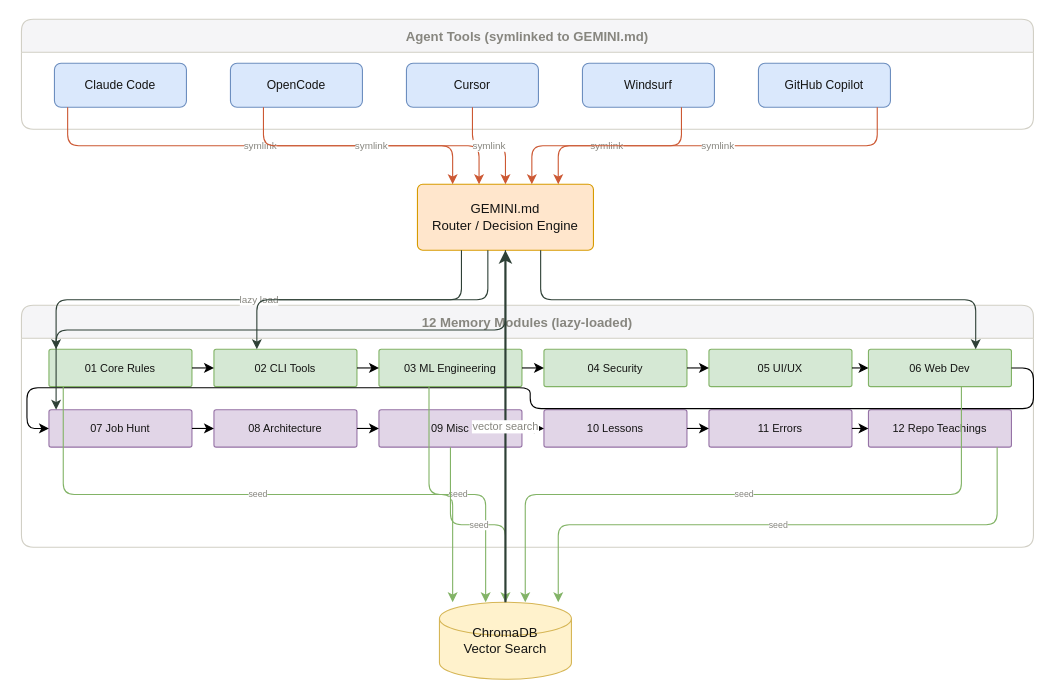
Above: docs/diagrams/architecture.drawio in adityashirsatrao007/MEMORY (draw.io), before the change. Source tidied: cells renumbered, new cells numbered last; positions are measured from the earlier drawing's top-left corner, leaving out a move shared by most shapes. Both pictures are drawn from the tidied source at 110%, with x=0, y=0 at pixel (21, 19).
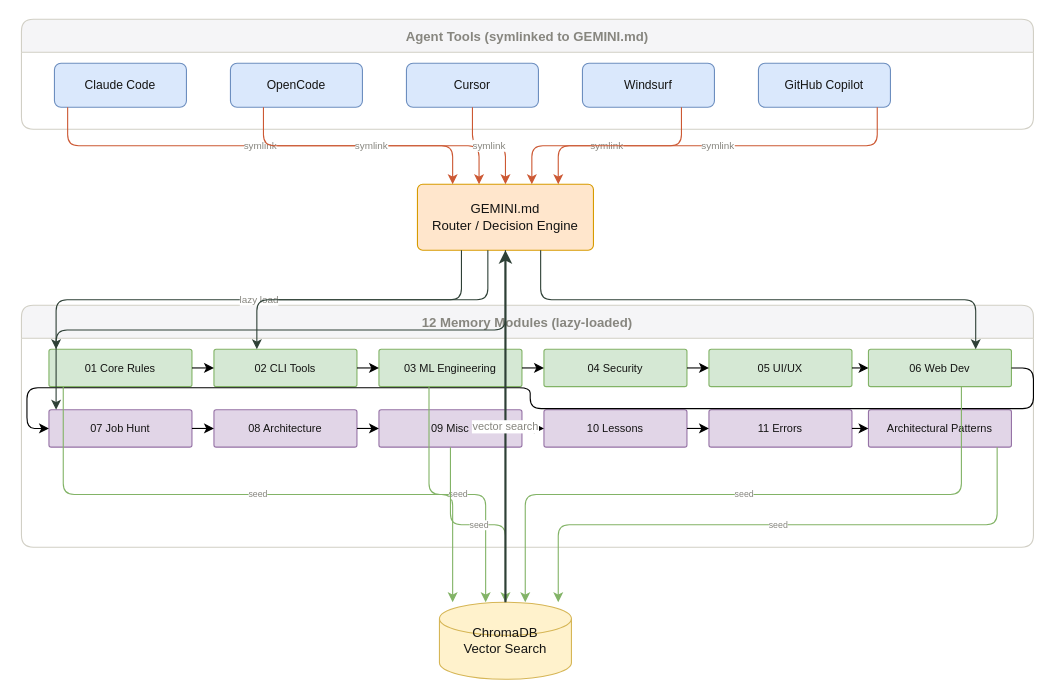
The same diagram, later.

Commit message (it also covers changes not shown here):
remove all external attribution: strip repo names, 120+ badge, 18 repos refs from module 12 and all files

The change refers to these unchanged cells:
```xml
<mxCell id="9" value="12 Memory Modules (lazy-loaded)" style="swimlane;startSize=30;fillColor=#F5F5F7;strokeColor=#D1CFC5;rounded=1;arcSize=12;fontColor=#87867F;fontSize=12;" parent="1" vertex="1">
  <mxGeometry y="260" width="920" height="220" as="geometry" />
</mxCell>
```

What changed in the source:
```diff
@@
-    <mxCell id="21" value="12 Repo Teachings" style="rounded=1;whiteSpace=wrap;html=1;fillColor=#e1d5e7;strokeColor=#9673a6;fontColor=#141413;fontSize=10;arcSize=6;" parent="9" vertex="1">
+    <mxCell id="21" value="Architectural Patterns" style="rounded=1;whiteSpace=wrap;html=1;fillColor=#e1d5e7;strokeColor=#9673a6;fontColor=#141413;fontSize=10;arcSize=6;" parent="9" vertex="1">
       <mxGeometry x="770" y="95" width="130" height="34" as="geometry" />
     </mxCell>
```
